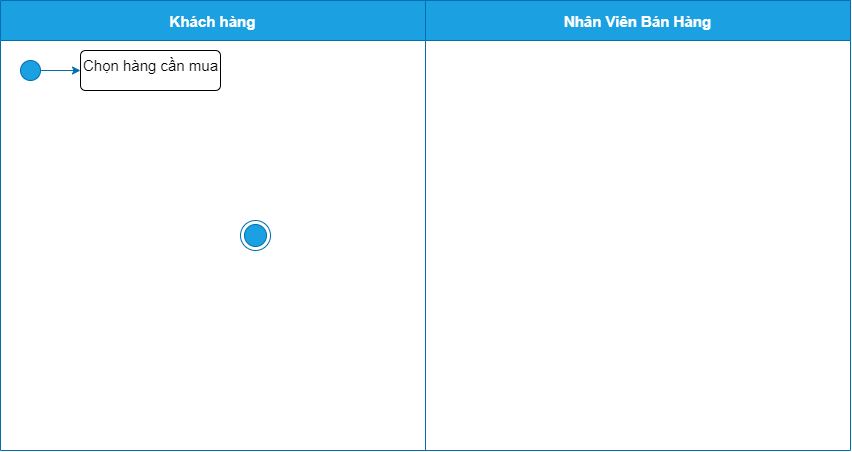
Earlier version of the draw.io export banHang.dio.png (QlyBanHangDT/qlyBanHang). Source tidied: cells renumbered, new cells last; positions are measured from the earlier drawing's top-left corner, leaving out a move shared by most shapes.
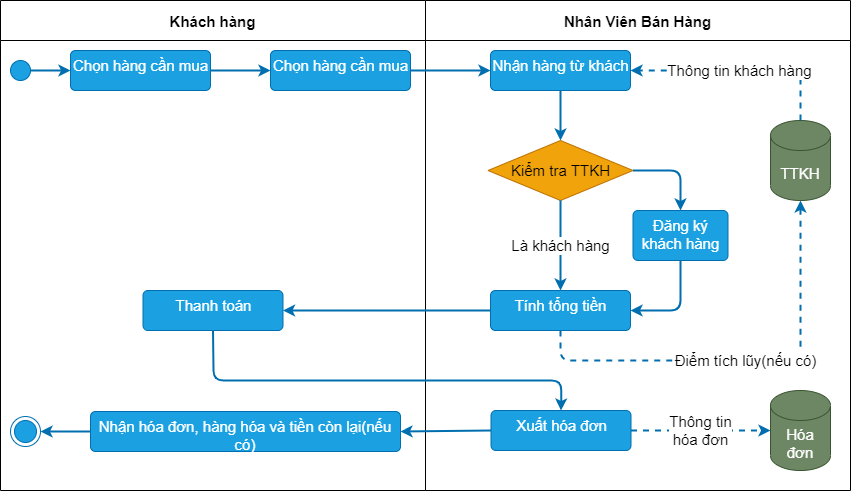
After the change.

Commit message:
nghiệp vụ bán hàng

Change to the diagram source:
```diff
@@ -2,23 +2,114 @@
   <root>
     <mxCell id="0" />
     <mxCell id="1" parent="0" />
-    <mxCell id="2" value="Khách hàng" style="swimlane;fillColor=#1ba1e2;strokeColor=#006EAF;fontSize=15;fontColor=#ffffff;startSize=40;" parent="1" vertex="1">
-      <mxGeometry width="425" height="450" as="geometry" />
+    <mxCell id="2" value="Khách hàng" style="swimlane;fontSize=15;startSize=40;" parent="1" vertex="1">
+      <mxGeometry width="425" height="490" as="geometry" />
     </mxCell>
     <mxCell id="3" style="ellipse;fillColor=#1ba1e2;strokeColor=#006EAF;fontSize=15;fontColor=#ffffff;" parent="2" vertex="1">
-      <mxGeometry x="20" y="60" width="20" height="20" as="geometry" />
+      <mxGeometry x="10" y="60" width="20" height="20" as="geometry" />
     </mxCell>
-    <mxCell id="4" value="Chọn hàng cần mua" style="html=1;align=center;verticalAlign=top;rounded=1;absoluteArcSize=1;arcSize=10;dashed=0;fontSize=15;" parent="2" vertex="1">
-      <mxGeometry x="80" y="50" width="140" height="40" as="geometry" />
+    <mxCell id="4" value="Chọn hàng cần mua" style="html=1;align=center;verticalAlign=top;rounded=1;absoluteArcSize=1;arcSize=10;dashed=0;fontSize=15;fillColor=#1ba1e2;fontColor=#ffffff;strokeColor=#006EAF;" parent="2" vertex="1">
+      <mxGeometry x="70" y="50" width="140" height="40" as="geometry" />
     </mxCell>
-    <mxCell id="5" style="endArrow=classic;html=1;fontSize=15;exitX=1;exitY=0.5;exitDx=0;exitDy=0;entryX=0;entryY=0.5;entryDx=0;entryDy=0;fillColor=#1ba1e2;strokeColor=#006EAF;" parent="2" edge="1" source="3" target="4">
+    <mxCell id="5" style="endArrow=classic;html=1;fontSize=15;exitX=1;exitY=0.5;exitDx=0;exitDy=0;entryX=0;entryY=0.5;entryDx=0;entryDy=0;fillColor=#1ba1e2;strokeColor=#006EAF;strokeWidth=2;" parent="2" edge="1" source="3" target="4">
       <mxGeometry relative="1" as="geometry" />
     </mxCell>
+    <mxCell id="8" value="Chọn hàng cần mua" style="html=1;align=center;verticalAlign=top;rounded=1;absoluteArcSize=1;arcSize=10;dashed=0;fontSize=15;fillColor=#1ba1e2;fontColor=#ffffff;strokeColor=#006EAF;" parent="2" vertex="1">
+      <mxGeometry x="270" y="50" width="140" height="40" as="geometry" />
+    </mxCell>
+    <mxCell id="9" style="endArrow=classic;html=1;fontSize=15;exitX=1;exitY=0.5;exitDx=0;exitDy=0;entryX=0;entryY=0.5;entryDx=0;entryDy=0;fillColor=#1ba1e2;strokeColor=#006EAF;strokeWidth=2;" parent="2" edge="1" source="4" target="8">
+      <mxGeometry relative="1" as="geometry" />
+    </mxCell>
+    <mxCell id="10" value="Thanh toán" style="html=1;align=center;verticalAlign=top;rounded=1;absoluteArcSize=1;arcSize=10;dashed=0;fontSize=15;fillColor=#1ba1e2;fontColor=#ffffff;strokeColor=#006EAF;" parent="2" vertex="1">
+      <mxGeometry x="142.5" y="290" width="140" height="40" as="geometry" />
+    </mxCell>
+    <mxCell id="11" value="Nhận hóa đơn, hàng hóa và tiền còn lại(nếu có)" style="html=1;align=center;verticalAlign=top;rounded=1;absoluteArcSize=1;arcSize=10;dashed=0;fontSize=15;fillColor=#1ba1e2;fontColor=#ffffff;strokeColor=#006EAF;whiteSpace=wrap;" parent="2" vertex="1">
+      <mxGeometry x="90" y="411" width="310" height="40" as="geometry" />
+    </mxCell>
+    <mxCell id="7" style="ellipse;html=1;shape=endState;fillColor=#1ba1e2;strokeColor=#006EAF;fontSize=15;fontColor=#ffffff;" parent="2" vertex="1">
+      <mxGeometry x="10" y="416" width="30" height="30" as="geometry" />
+    </mxCell>
+    <mxCell id="12" value="&#10;&#10;&lt;span style=&quot;color: rgba(0, 0, 0, 0); font-family: monospace; font-size: 0px; font-style: normal; font-weight: 400; letter-spacing: normal; text-indent: 0px; text-transform: none; word-spacing: 0px; background-color: rgb(42, 42, 42); display: inline; float: none;&quot;&gt;&amp;nbsp;&lt;/span&gt;&#10;&#10;" style="endArrow=classic;html=1;fontSize=15;exitX=0;exitY=0.5;exitDx=0;exitDy=0;entryX=1;entryY=0.5;entryDx=0;entryDy=0;fillColor=#1ba1e2;strokeColor=#006EAF;strokeWidth=2;" parent="2" edge="1" source="11" target="7">
+      <mxGeometry relative="1" as="geometry" />
+    </mxCell>
-    <mxCell id="6" value="Nhân Viên Bán Hàng" style="swimlane;fillColor=#1ba1e2;strokeColor=#006EAF;fontSize=15;fontColor=#ffffff;startSize=40;" parent="1" vertex="1">
-      <mxGeometry x="425" width="425" height="450" as="geometry" />
+    <mxCell id="6" value="Nhân Viên Bán Hàng" style="swimlane;fontSize=15;startSize=40;" parent="1" vertex="1">
+      <mxGeometry x="425" width="425" height="490" as="geometry" />
     </mxCell>
-    <mxCell id="7" style="ellipse;html=1;shape=endState;fillColor=#1ba1e2;strokeColor=#006EAF;fontSize=15;fontColor=#ffffff;" parent="1" vertex="1">
-      <mxGeometry x="240" y="220" width="30" height="30" as="geometry" />
-    </mxCell>
+    <mxCell id="13" value="Nhận hàng từ khách" style="html=1;align=center;verticalAlign=top;rounded=1;absoluteArcSize=1;arcSize=10;dashed=0;fontSize=15;fillColor=#1ba1e2;fontColor=#ffffff;strokeColor=#006EAF;" parent="6" vertex="1">
+      <mxGeometry x="65" y="50" width="140" height="40" as="geometry" />
+    </mxCell>
+    <mxCell id="14" value="TTKH" style="shape=cylinder3;whiteSpace=wrap;html=1;boundedLbl=1;backgroundOutline=1;size=15;fontSize=15;fillColor=#6d8764;strokeColor=#3A5431;fontColor=#ffffff;" parent="6" vertex="1">
+      <mxGeometry x="345" y="120" width="60" height="80" as="geometry" />
+    </mxCell>
+    <mxCell id="15" value="Thông tin khách hàng" style="endArrow=classic;html=1;fontSize=15;exitX=0.5;exitY=0;exitDx=0;exitDy=0;entryX=1;entryY=0.5;entryDx=0;entryDy=0;fillColor=#1ba1e2;strokeColor=#006EAF;strokeWidth=2;exitPerimeter=0;dashed=1;" parent="6" edge="1" source="14" target="13">
+      <mxGeometry relative="1" as="geometry">
+        <Array as="points">
+          <mxPoint x="375" y="70" />
+        </Array>
+      </mxGeometry>
+    </mxCell>
+    <mxCell id="16" value="Kiểm tra TTKH" style="rhombus;whiteSpace=wrap;html=1;fontSize=15;fillColor=#f0a30a;fontColor=#000000;strokeColor=#BD7000;" parent="6" vertex="1">
+      <mxGeometry x="62.5" y="140" width="145" height="60" as="geometry" />
+    </mxCell>
+    <mxCell id="17" style="endArrow=classic;html=1;fontSize=15;exitX=0.5;exitY=1;exitDx=0;exitDy=0;entryX=0.5;entryY=0;entryDx=0;entryDy=0;fillColor=#1ba1e2;strokeColor=#006EAF;strokeWidth=2;" parent="6" edge="1" source="13" target="16">
+      <mxGeometry relative="1" as="geometry" />
+    </mxCell>
+    <mxCell id="18" value="Tính tổng tiền" style="html=1;align=center;verticalAlign=top;rounded=1;absoluteArcSize=1;arcSize=10;dashed=0;fontSize=15;fillColor=#1ba1e2;fontColor=#ffffff;strokeColor=#006EAF;" parent="6" vertex="1">
+      <mxGeometry x="65" y="290" width="140" height="40" as="geometry" />
+    </mxCell>
+    <mxCell id="19" value="Là khách hàng" style="endArrow=classic;html=1;fontSize=15;exitX=0.5;exitY=1;exitDx=0;exitDy=0;entryX=0.5;entryY=0;entryDx=0;entryDy=0;fillColor=#1ba1e2;strokeColor=#006EAF;strokeWidth=2;" parent="6" edge="1" source="16" target="18">
+      <mxGeometry relative="1" as="geometry" />
+    </mxCell>
+    <mxCell id="20" value="Đăng ký khách hàng" style="html=1;align=center;verticalAlign=top;rounded=1;absoluteArcSize=1;arcSize=10;dashed=0;fontSize=15;fillColor=#1ba1e2;fontColor=#ffffff;strokeColor=#006EAF;whiteSpace=wrap;" parent="6" vertex="1">
+      <mxGeometry x="207.5" y="210" width="95" height="50" as="geometry" />
+    </mxCell>
+    <mxCell id="21" style="endArrow=classic;html=1;fontSize=15;exitX=1;exitY=0.5;exitDx=0;exitDy=0;entryX=0.5;entryY=0;entryDx=0;entryDy=0;fillColor=#1ba1e2;strokeColor=#006EAF;strokeWidth=2;" parent="6" edge="1" source="16" target="20">
+      <mxGeometry relative="1" as="geometry">
+        <Array as="points">
+          <mxPoint x="255" y="170" />
+        </Array>
+      </mxGeometry>
+    </mxCell>
+    <mxCell id="22" style="endArrow=classic;html=1;fontSize=15;exitX=0.5;exitY=1;exitDx=0;exitDy=0;entryX=1;entryY=0.5;entryDx=0;entryDy=0;fillColor=#1ba1e2;strokeColor=#006EAF;strokeWidth=2;" parent="6" edge="1" source="20" target="18">
+      <mxGeometry relative="1" as="geometry">
+        <Array as="points">
+          <mxPoint x="255" y="310" />
+        </Array>
+      </mxGeometry>
+    </mxCell>
+    <mxCell id="23" value="Điểm tích lũy(nếu có)" style="endArrow=classic;html=1;fontSize=15;exitX=0.5;exitY=1;exitDx=0;exitDy=0;entryX=0.5;entryY=1;entryDx=0;entryDy=0;fillColor=#1ba1e2;strokeColor=#006EAF;strokeWidth=2;entryPerimeter=0;dashed=1;" parent="6" edge="1" source="18" target="14">
+      <mxGeometry relative="1" as="geometry">
+        <Array as="points">
+          <mxPoint x="135" y="360" />
+          <mxPoint x="375" y="360" />
+        </Array>
+      </mxGeometry>
+    </mxCell>
+    <mxCell id="24" value="Xuất hóa đơn" style="html=1;align=center;verticalAlign=top;rounded=1;absoluteArcSize=1;arcSize=10;dashed=0;fontSize=15;fillColor=#1ba1e2;fontColor=#ffffff;strokeColor=#006EAF;" parent="6" vertex="1">
+      <mxGeometry x="65.5" y="410" width="140" height="40" as="geometry" />
+    </mxCell>
+    <mxCell id="25" value="Hóa đơn" style="shape=cylinder3;whiteSpace=wrap;html=1;boundedLbl=1;backgroundOutline=1;size=15;fontSize=15;fillColor=#6d8764;strokeColor=#3A5431;fontColor=#ffffff;" parent="6" vertex="1">
+      <mxGeometry x="345" y="390" width="60" height="80" as="geometry" />
+    </mxCell>
+    <mxCell id="26" value="Thông tin&lt;br&gt;hóa đơn" style="endArrow=classic;html=1;fontSize=15;exitX=1;exitY=0.5;exitDx=0;exitDy=0;entryX=0;entryY=0.5;entryDx=0;entryDy=0;fillColor=#1ba1e2;strokeColor=#006EAF;strokeWidth=2;entryPerimeter=0;dashed=1;" parent="6" edge="1" source="24" target="25">
+      <mxGeometry relative="1" as="geometry" />
+    </mxCell>
+    <mxCell id="27" style="endArrow=classic;html=1;fontSize=15;exitX=1;exitY=0.5;exitDx=0;exitDy=0;entryX=0;entryY=0.5;entryDx=0;entryDy=0;fillColor=#1ba1e2;strokeColor=#006EAF;strokeWidth=2;" parent="1" edge="1" source="8" target="13">
+      <mxGeometry relative="1" as="geometry" />
+    </mxCell>
+    <mxCell id="28" style="endArrow=classic;html=1;fontSize=15;exitX=0;exitY=0.5;exitDx=0;exitDy=0;entryX=1;entryY=0.5;entryDx=0;entryDy=0;fillColor=#1ba1e2;strokeColor=#006EAF;strokeWidth=2;" parent="1" edge="1" source="18" target="10">
+      <mxGeometry relative="1" as="geometry" />
+    </mxCell>
+    <mxCell id="29" style="endArrow=classic;html=1;fontSize=15;exitX=0.5;exitY=1;exitDx=0;exitDy=0;entryX=0.5;entryY=0;entryDx=0;entryDy=0;fillColor=#1ba1e2;strokeColor=#006EAF;strokeWidth=2;" parent="1" edge="1" source="10" target="24">
+      <mxGeometry relative="1" as="geometry">
+        <Array as="points">
+          <mxPoint x="213" y="380" />
+          <mxPoint x="561" y="380" />
+        </Array>
+      </mxGeometry>
+    </mxCell>
+    <mxCell id="30" style="endArrow=classic;html=1;fontSize=15;exitX=0;exitY=0.5;exitDx=0;exitDy=0;entryX=1;entryY=0.5;entryDx=0;entryDy=0;fillColor=#1ba1e2;strokeColor=#006EAF;strokeWidth=2;" parent="1" edge="1" source="24" target="11">
+      <mxGeometry relative="1" as="geometry" />
+    </mxCell>
   </root>
 </mxGraphModel>
```
